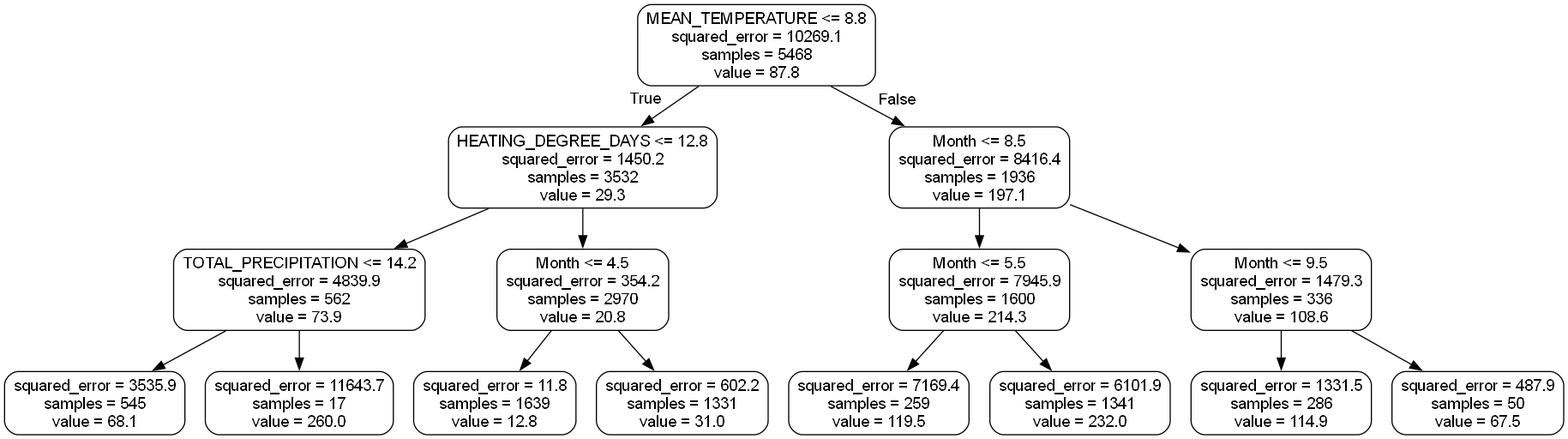
Above: small_tree.png in Abdullah-Usmani/flood-research1 (Graphviz), before the change. Its source is kept beside it as small_tree.dot.
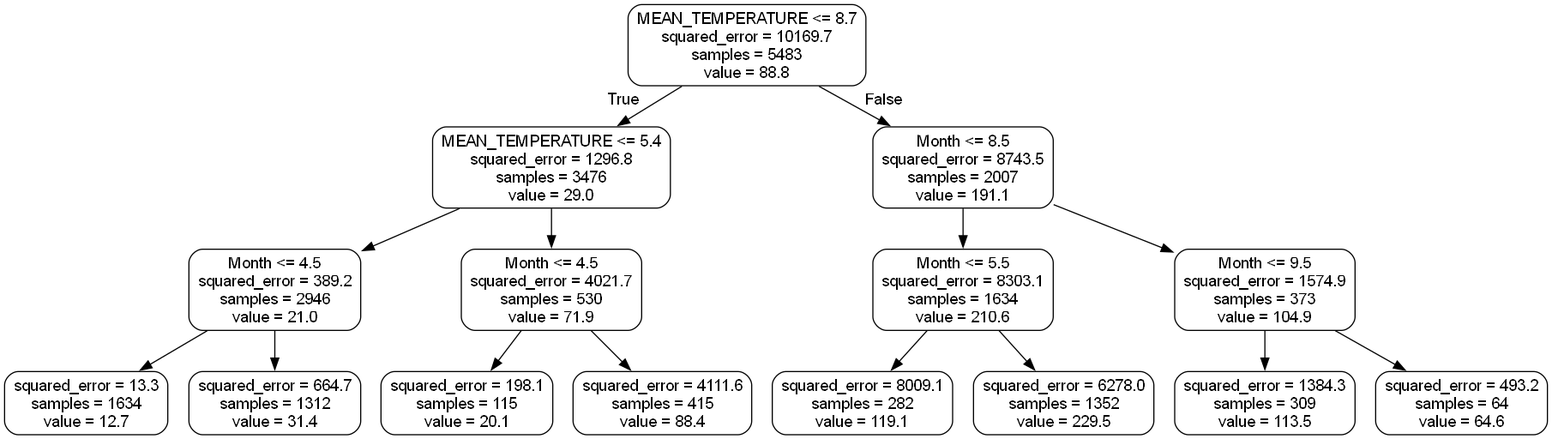
Later version of the same file.

What changed in the source:
```diff
@@ -1,33 +1,33 @@
 digraph Tree {
 node [shape=box, style="rounded", color="black", fontname="helvetica"] ;
 edge [fontname="helvetica"] ;
-0 [label="MEAN_TEMPERATURE <= 8.8\nsquared_error = 10269.1\nsamples = 5468\nvalue = 87.8"] ;
-1 [label="HEATING_DEGREE_DAYS <= 12.8\nsquared_error = 1450.2\nsamples = 3532\nvalue = 29.3"] ;
+0 [label="MEAN_TEMPERATURE <= 8.7\nsquared_error = 10169.7\nsamples = 5483\nvalue = 88.8"] ;
+1 [label="MEAN_TEMPERATURE <= 5.4\nsquared_error = 1296.8\nsamples = 3476\nvalue = 29.0"] ;
 0 -> 1 [labeldistance=2.5, labelangle=45, headlabel="True"] ;
-2 [label="TOTAL_PRECIPITATION <= 14.2\nsquared_error = 4839.9\nsamples = 562\nvalue = 73.9"] ;
+2 [label="Month <= 4.5\nsquared_error = 389.2\nsamples = 2946\nvalue = 21.0"] ;
 1 -> 2 ;
-3 [label="squared_error = 3535.9\nsamples = 545\nvalue = 68.1"] ;
+3 [label="squared_error = 13.3\nsamples = 1634\nvalue = 12.7"] ;
 2 -> 3 ;
-4 [label="squared_error = 11643.7\nsamples = 17\nvalue = 260.0"] ;
+4 [label="squared_error = 664.7\nsamples = 1312\nvalue = 31.4"] ;
 2 -> 4 ;
-5 [label="Month <= 4.5\nsquared_error = 354.2\nsamples = 2970\nvalue = 20.8"] ;
+5 [label="Month <= 4.5\nsquared_error = 4021.7\nsamples = 530\nvalue = 71.9"] ;
 1 -> 5 ;
-6 [label="squared_error = 11.8\nsamples = 1639\nvalue = 12.8"] ;
+6 [label="squared_error = 198.1\nsamples = 115\nvalue = 20.1"] ;
 5 -> 6 ;
-7 [label="squared_error = 602.2\nsamples = 1331\nvalue = 31.0"] ;
+7 [label="squared_error = 4111.6\nsamples = 415\nvalue = 88.4"] ;
 5 -> 7 ;
-8 [label="Month <= 8.5\nsquared_error = 8416.4\nsamples = 1936\nvalue = 197.1"] ;
+8 [label="Month <= 8.5\nsquared_error = 8743.5\nsamples = 2007\nvalue = 191.1"] ;
 0 -> 8 [labeldistance=2.5, labelangle=-45, headlabel="False"] ;
-9 [label="Month <= 5.5\nsquared_error = 7945.9\nsamples = 1600\nvalue = 214.3"] ;
+9 [label="Month <= 5.5\nsquared_error = 8303.1\nsamples = 1634\nvalue = 210.6"] ;
 8 -> 9 ;
-10 [label="squared_error = 7169.4\nsamples = 259\nvalue = 119.5"] ;
+10 [label="squared_error = 8009.1\nsamples = 282\nvalue = 119.1"] ;
 9 -> 10 ;
-11 [label="squared_error = 6101.9\nsamples = 1341\nvalue = 232.0"] ;
+11 [label="squared_error = 6278.0\nsamples = 1352\nvalue = 229.5"] ;
 9 -> 11 ;
-12 [label="Month <= 9.5\nsquared_error = 1479.3\nsamples = 336\nvalue = 108.6"] ;
+12 [label="Month <= 9.5\nsquared_error = 1574.9\nsamples = 373\nvalue = 104.9"] ;
 8 -> 12 ;
-13 [label="squared_error = 1331.5\nsamples = 286\nvalue = 114.9"] ;
+13 [label="squared_error = 1384.3\nsamples = 309\nvalue = 113.5"] ;
 12 -> 13 ;
-14 [label="squared_error = 487.9\nsamples = 50\nvalue = 67.5"] ;
+14 [label="squared_error = 493.2\nsamples = 64\nvalue = 64.6"] ;
 12 -> 14 ;
 }
```
